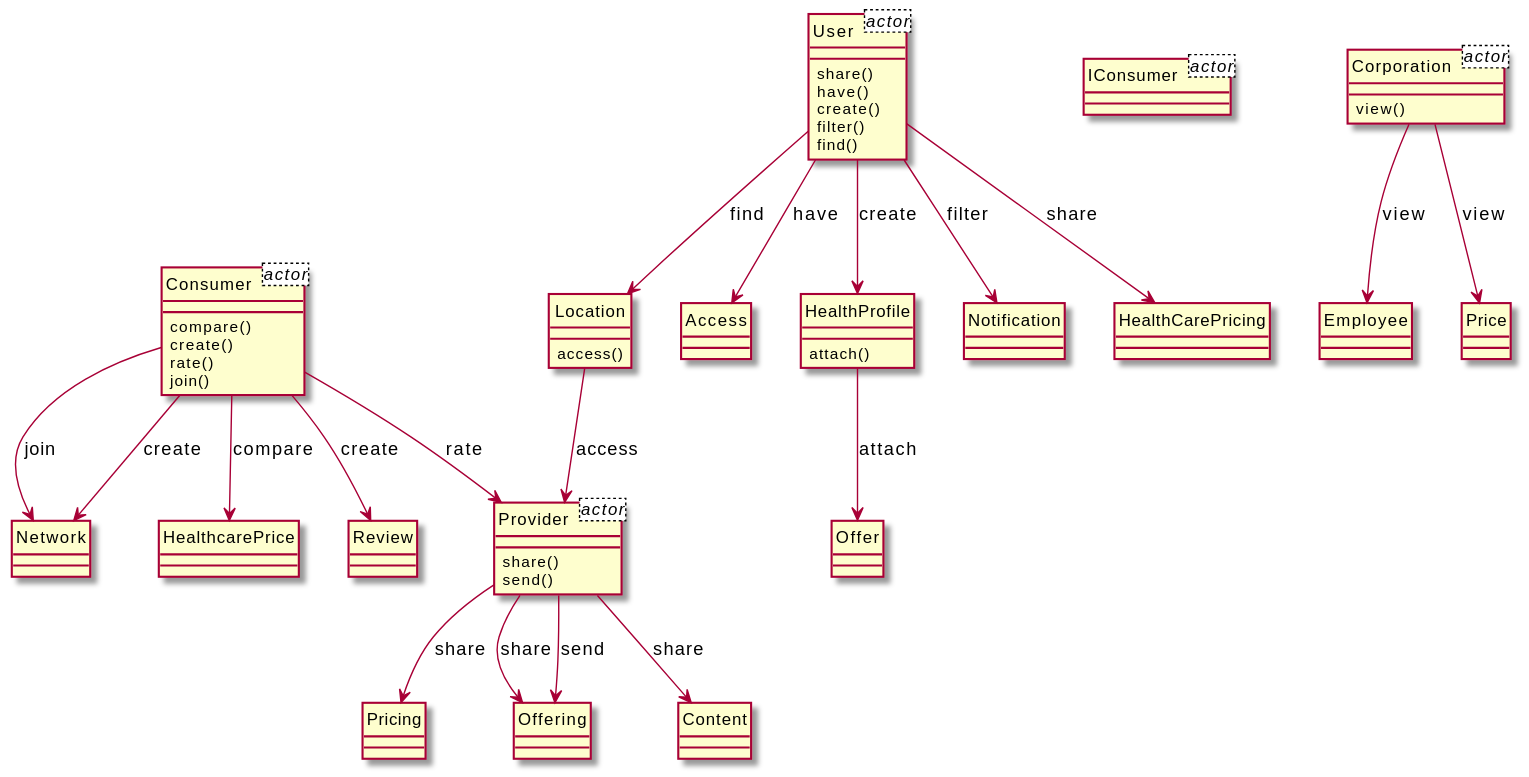
Before: output/diagram_5/2014-USC-Project12.svg, a diagram exported from PlantUML (xixixhalu/DomainModelExtractor). Source of this version:
```plantuml
@startuml
hide circle
class Consumer<actor> {
}
class IConsumer<actor> {
}
class Corporation<actor> {
}
class Provider<actor> {
}
class User<actor> {
}
class User {
	share()
	have()
	create()
	filter()
	find()
}
class Location {
	access()
}
class Corporation {
	view()
}
class Employee {
}
class Consumer {
	compare()
	create()
	rate()
	join()
}
class Review {
}
class Provider {
	share()
	send()
}
class Pricing {
}
class Offering {
}
class Content {
}
class Network {
}
class Access {
}
class HealthcarePrice {
}
class Price {
}
class HealthProfile {
	attach()
}
class Offer {
}
class Notification {
}
class HealthCarePricing {
}
Corporation --> Employee : view
User --> Access : have
Provider --> Content : share
Provider --> Pricing : share
User --> HealthCarePricing : share
User --> Notification : filter
HealthProfile --> Offer : attach
Consumer --> HealthcarePrice : compare
User --> Location : find
Location --> Provider : access
Provider --> Offering : share
Corporation --> Price : view
Consumer --> Review : create
User --> HealthProfile : create
Consumer --> Network : join
Consumer --> Network : create
Provider --> Offering : send
Consumer --> Provider : rate
@enduml
```
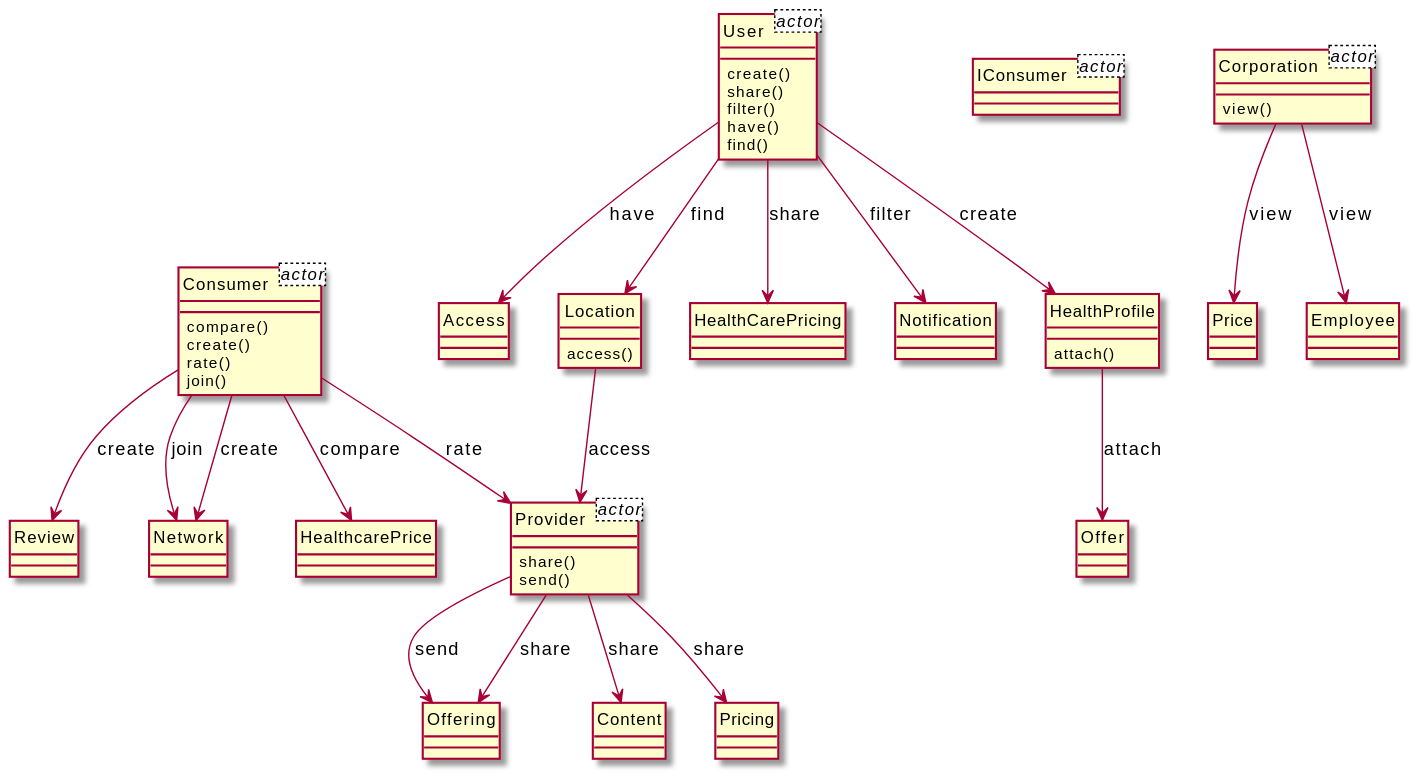
The same diagram one commit later.

The edit, as a diff of the source:
```diff
@@ -10,20 +10,16 @@
 }
 class User<actor> {
 }
-class User {
+class Provider {
 	share()
-	have()
-	create()
-	filter()
-	find()
+	send()
 }
-class Location {
-	access()
+class Offering {
 }
 class Corporation {
 	view()
 }
-class Employee {
+class Price {
 }
 class Consumer {
 	compare()
@@ -31,51 +27,55 @@
 	rate()
 	join()
 }
+class Network {
+}
+class Content {
+}
+class User {
+	create()
+	share()
+	filter()
+	have()
+	find()
+}
+class Access {
+}
+class Location {
+	access()
+}
+class HealthCarePricing {
+}
 class Review {
-}
-class Provider {
-	share()
-	send()
 }
 class Pricing {
 }
-class Offering {
-}
-class Content {
-}
-class Network {
-}
-class Access {
+class Employee {
 }
 class HealthcarePrice {
 }
-class Price {
+class Notification {
 }
 class HealthProfile {
 	attach()
 }
 class Offer {
 }
-class Notification {
-}
-class HealthCarePricing {
-}
-Corporation --> Employee : view
-User --> Access : have
 Provider --> Content : share
+Corporation --> Price : view
+Consumer --> Network : create
+Location --> Provider : access
+HealthProfile --> Offer : attach
+Consumer --> Provider : rate
 Provider --> Pricing : share
 User --> HealthCarePricing : share
 User --> Notification : filter
-HealthProfile --> Offer : attach
-Consumer --> HealthcarePrice : compare
 User --> Location : find
-Location --> Provider : access
+Provider --> Offering : send
+User --> Access : have
 Provider --> Offering : share
-Corporation --> Price : view
+Consumer --> Network : join
 Consumer --> Review : create
 User --> HealthProfile : create
-Consumer --> Network : join
-Consumer --> Network : create
-Provider --> Offering : send
-Consumer --> Provider : rate
+Corporation --> Employee : view
+Consumer --> HealthcarePrice : compare
 @enduml
```
